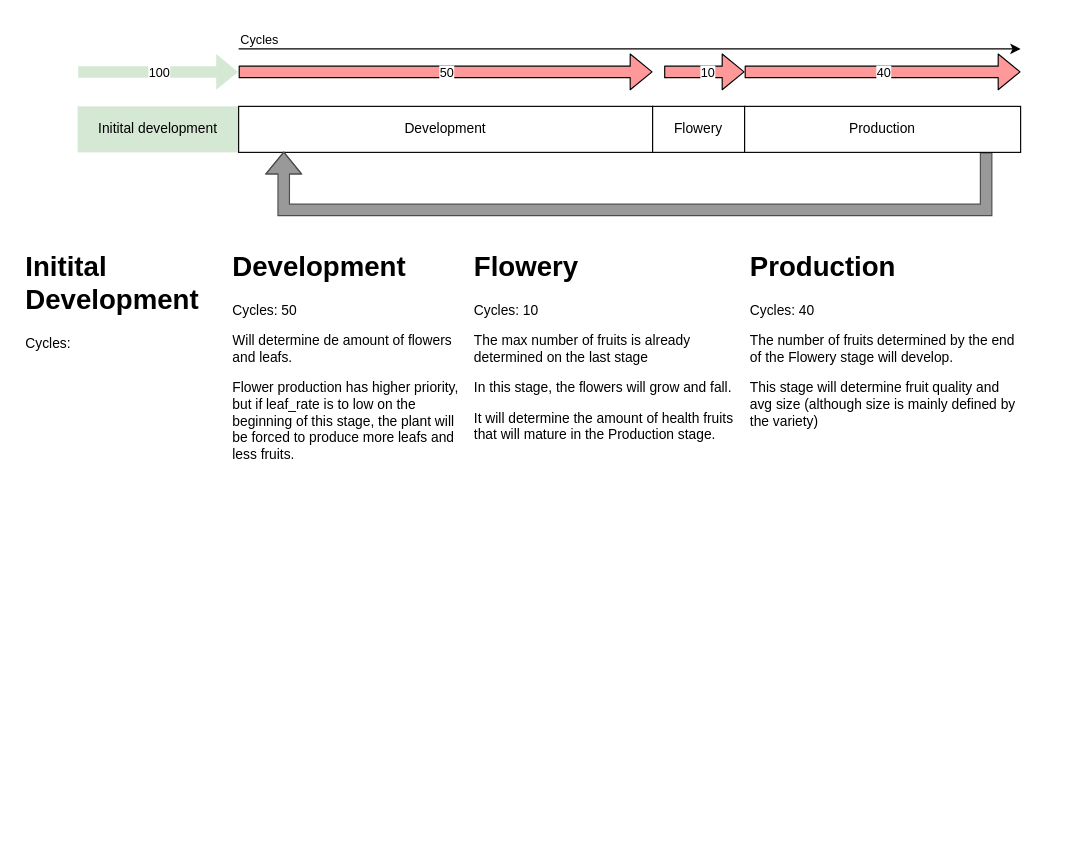
Before: page "life-cycle" (2 of 2) of farmer.drawio in nilold/farmer-game, a draw.io diagram. Source tidied: cells renumbered, new cells numbered last; positions are measured from the earlier drawing's top-left corner, leaving out a move shared by most shapes. Both pictures are drawn from the tidied source at 115%, with x=0, y=0 at pixel (20, 48).
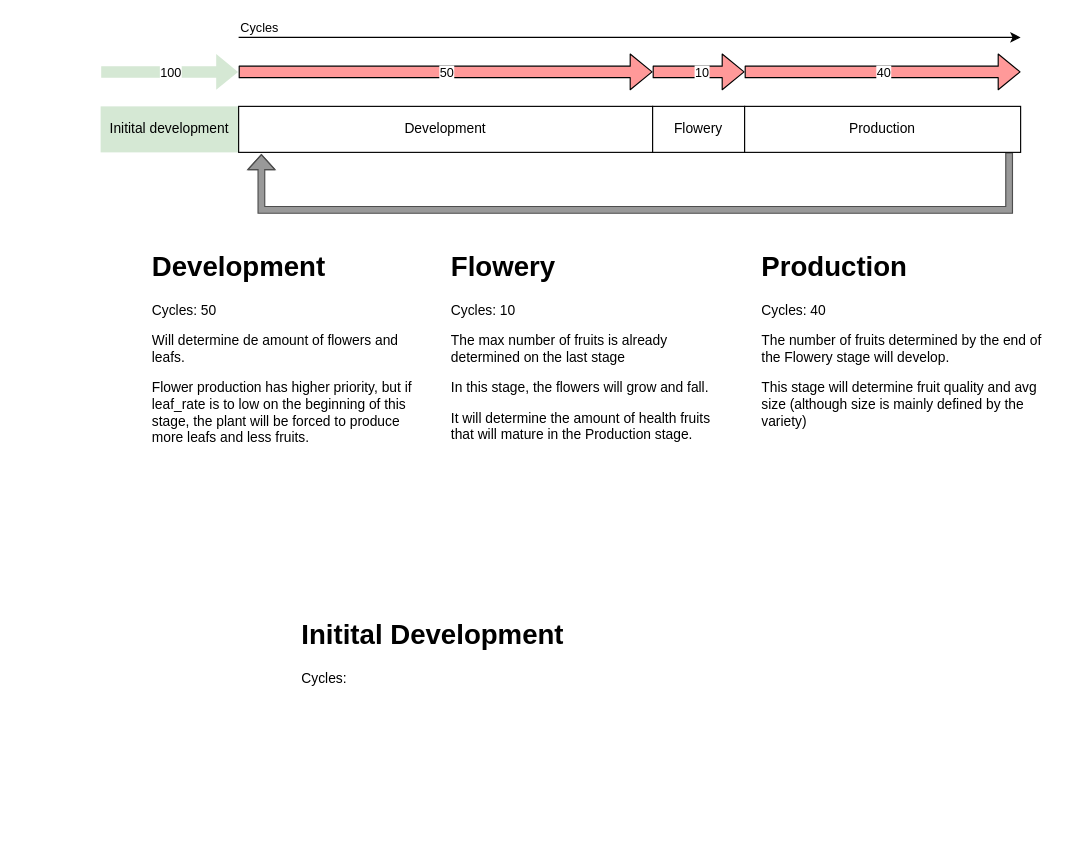
The same page after the edit.

The change refers to these unchanged cells:
```xml
<mxCell id="3" value="Development" style="shape=rectangle;whiteSpace=wrap;html=1;backgroundOutline=1;" parent="1" vertex="1">
  <mxGeometry x="190" y="50" width="360" height="40" as="geometry" />
</mxCell>
<mxCell id="6" value="Production" style="shape=rectangle;whiteSpace=wrap;html=1;backgroundOutline=1;" parent="1" vertex="1">
  <mxGeometry x="630" y="50" width="240" height="40" as="geometry" />
</mxCell>
```

What changed in the source:
```diff
@@
     <mxCell id="2" value="Initital development" style="shape=rectangle;whiteSpace=wrap;html=1;backgroundOutline=1;fillColor=#D5E8D4;strokeColor=none;" parent="1" vertex="1">
-      <mxGeometry x="50" y="50" width="140" height="40" as="geometry" />
+      <mxGeometry x="70" y="50" width="120" height="40" as="geometry" />
     </mxCell>
@@
-    <mxCell id="5" style="edgeStyle=orthogonalEdgeStyle;rounded=0;jettySize=auto;html=1;entryX=0.109;entryY=0.982;entryDx=0;entryDy=0;entryPerimeter=0;strokeColor=#4D4D4D;shape=flexArrow;fillColor=#999999;" parent="1" edge="1" source="6" target="3">
+    <mxCell id="5" style="edgeStyle=orthogonalEdgeStyle;rounded=0;jettySize=auto;html=1;entryX=0.055;entryY=1.038;entryDx=0;entryDy=0;entryPerimeter=0;strokeColor=#4D4D4D;shape=flexArrow;fillColor=#999999;width=5.833333333333334;endSize=3.9749999999999996;endWidth=16.805555555555554;" parent="1" edge="1" source="6" target="3">
       <mxGeometry relative="1" as="geometry">
         <Array as="points">
-          <mxPoint x="840" y="140" />
-          <mxPoint x="229" y="140" />
+          <mxPoint x="860" y="140" />
+          <mxPoint x="210" y="140" />
         </Array>
       </mxGeometry>
     </mxCell>
@@
     <mxCell id="7" value="&lt;h1&gt;Initital Development&lt;/h1&gt;&lt;p&gt;Cycles:&amp;nbsp;&lt;/p&gt;" style="text;html=1;strokeColor=none;fillColor=none;spacing=5;spacingTop=-20;whiteSpace=wrap;overflow=hidden;rounded=0;" parent="1" vertex="1">
-      <mxGeometry y="170" width="180" height="290" as="geometry" />
+      <mxGeometry x="240" y="490" width="300" height="200" as="geometry" />
     </mxCell>
     <mxCell id="8" style="endArrow=classic;html=1;" parent="1" edge="1">
       <mxGeometry relative="1" as="geometry">
-        <mxPoint x="190" as="sourcePoint" />
-        <mxPoint x="870" as="targetPoint" />
+        <mxPoint x="190" y="-10" as="sourcePoint" />
+        <mxPoint x="870" y="-10" as="targetPoint" />
       </mxGeometry>
     </mxCell>
@@
     <mxCell id="10" style="endArrow=classic;html=1;shape=flexArrow;fillColor=#D5E8D4;strokeColor=none;" parent="1" edge="1">
       <mxGeometry relative="1" as="geometry">
-        <mxPoint x="50" y="20" as="sourcePoint" />
+        <mxPoint x="70" y="20" as="sourcePoint" />
         <mxPoint x="190" y="20" as="targetPoint" />
       </mxGeometry>
     </mxCell>
@@
     <mxCell id="14" style="endArrow=classic;html=1;shape=flexArrow;fillColor=#FF9999;" parent="1" edge="1">
       <mxGeometry relative="1" as="geometry">
-        <mxPoint x="560" y="20" as="sourcePoint" />
+        <mxPoint x="550" y="20" as="sourcePoint" />
         <mxPoint x="630" y="20" as="targetPoint" />
       </mxGeometry>
     </mxCell>
@@
     <mxCell id="18" value="&lt;h1&gt;Development&lt;/h1&gt;&lt;p&gt;Cycles: 50&lt;/p&gt;&lt;p&gt;Will determine de amount of flowers and leafs.&lt;/p&gt;&lt;p&gt;Flower production has higher priority, but if leaf_rate is to low on the beginning of this stage, the plant will be forced to produce more leafs and less fruits.&lt;/p&gt;&lt;p&gt;&lt;br&gt;&lt;/p&gt;" style="text;html=1;strokeColor=none;fillColor=none;spacing=5;spacingTop=-20;whiteSpace=wrap;overflow=hidden;rounded=0;" parent="1" vertex="1">
-      <mxGeometry x="180" y="170" width="210" height="350" as="geometry" />
+      <mxGeometry x="110" y="170" width="250" height="190" as="geometry" />
     </mxCell>
     <mxCell id="19" value="&lt;h1&gt;Flowery&lt;/h1&gt;&lt;p&gt;Cycles: 10&lt;/p&gt;&lt;p&gt;The max number of fruits is already determined on the last stage&lt;/p&gt;&lt;p&gt;In this stage, the flowers will grow and fall.&lt;/p&gt;&lt;p&gt;It will determine the amount of health fruits that will mature in the Production stage.&lt;/p&gt;" style="text;html=1;strokeColor=none;fillColor=none;spacing=5;spacingTop=-20;whiteSpace=wrap;overflow=hidden;rounded=0;" parent="1" vertex="1">
-      <mxGeometry x="390" y="170" width="240" height="360" as="geometry" />
+      <mxGeometry x="370" y="170" width="240" height="360" as="geometry" />
     </mxCell>
     <mxCell id="20" value="&lt;h1&gt;Production&lt;/h1&gt;&lt;p&gt;Cycles: 40&lt;/p&gt;&lt;p&gt;The number of fruits determined by the end of the Flowery stage will develop.&lt;/p&gt;&lt;p&gt;This stage will determine fruit quality and avg size (although size is mainly defined by the variety)&lt;/p&gt;" style="text;html=1;strokeColor=none;fillColor=none;spacing=5;spacingTop=-20;whiteSpace=wrap;overflow=hidden;rounded=0;" parent="1" vertex="1">
-      <mxGeometry x="630" y="170" width="240" height="340" as="geometry" />
+      <mxGeometry x="640" y="170" width="270" height="340" as="geometry" />
     </mxCell>
```
